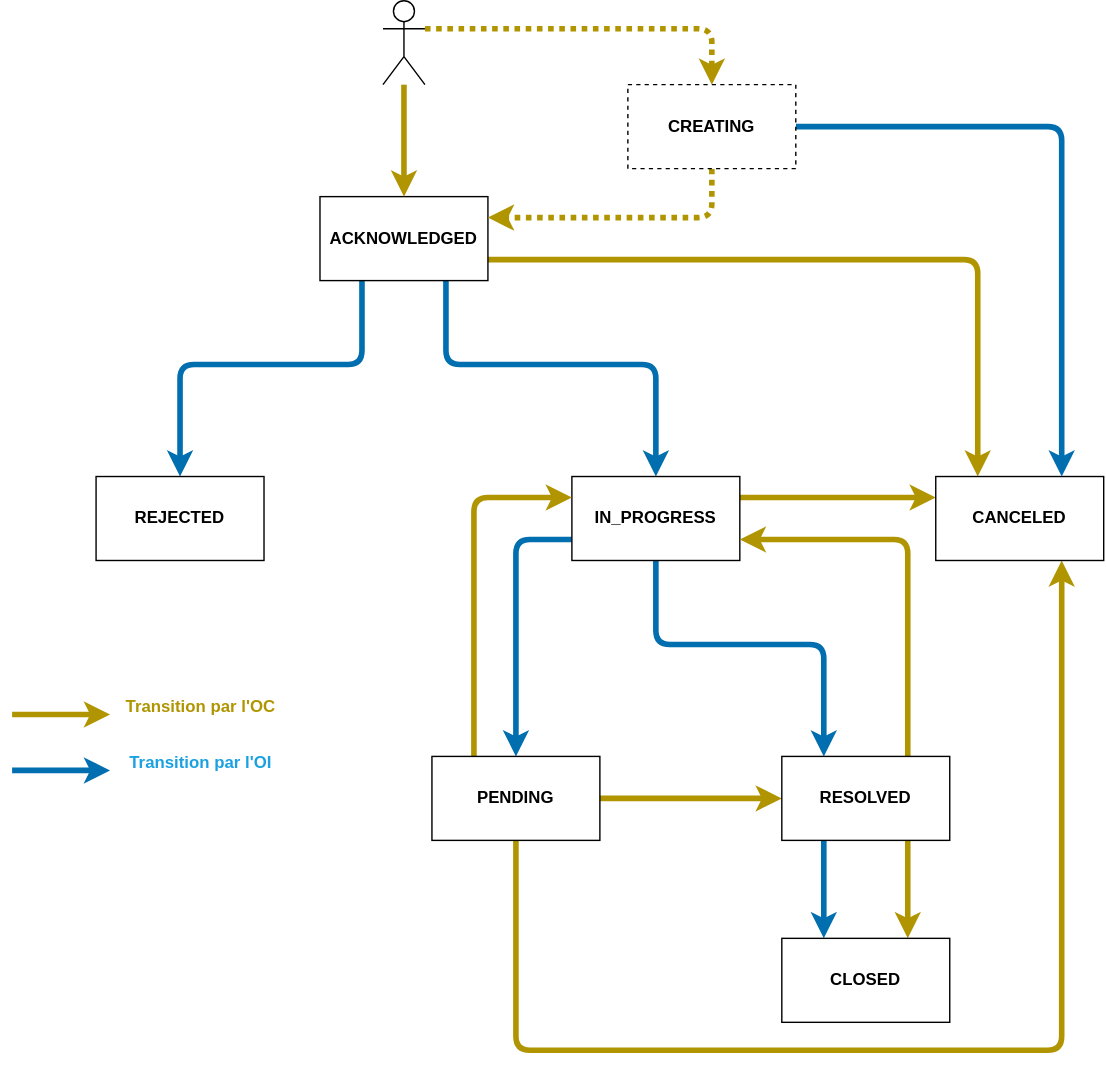
before-interop/anomalieAdresse keeps this draw.io diagram as status.drawio.svg. Above is the earlier version. Source tidied: cells renumbered, new cells last; positions are measured from the earlier drawing's top-left corner, leaving out a move shared by most shapes.
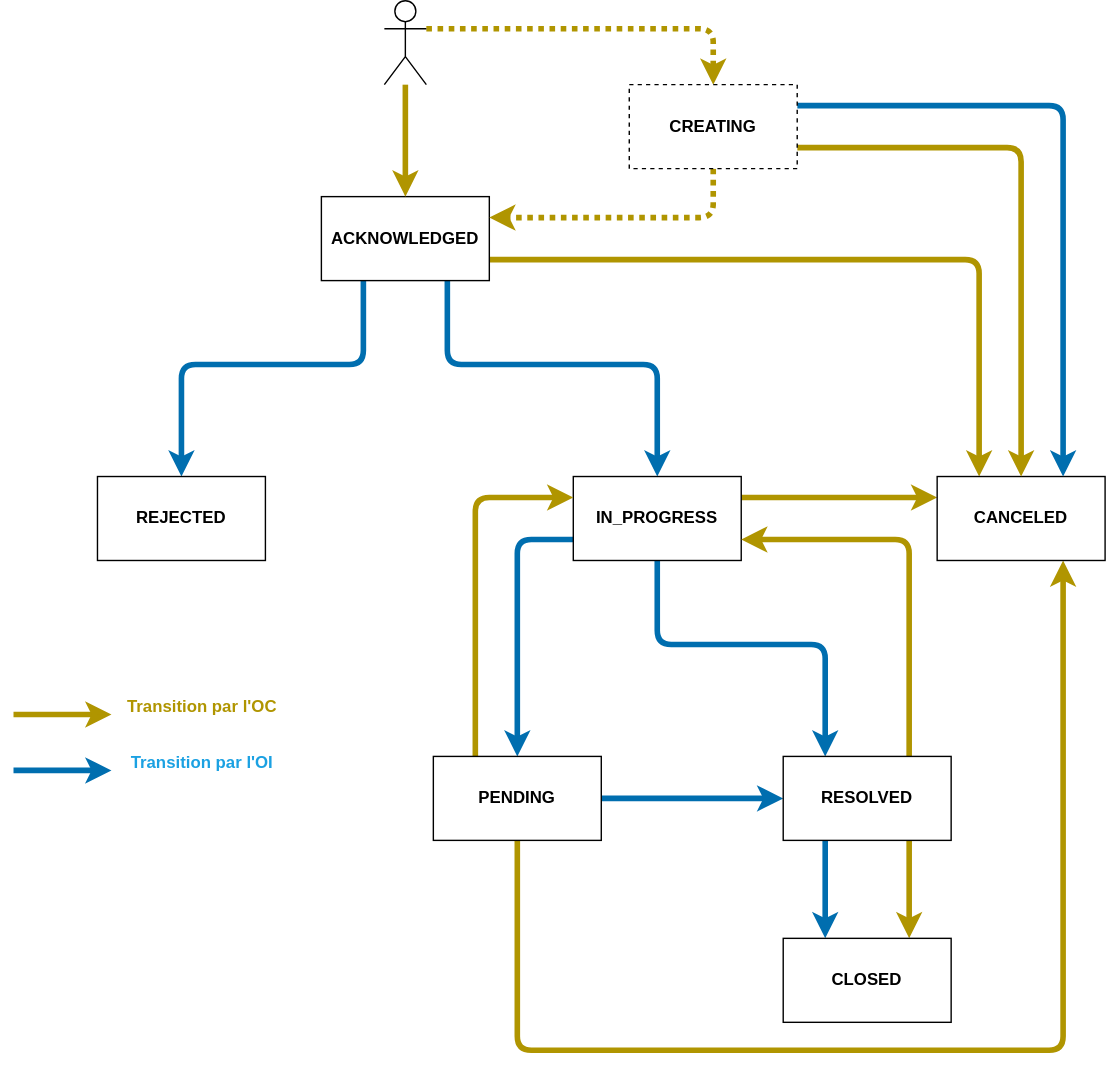
Later version of the same file.

What changed in the source:
```diff
@@ -52,7 +52,7 @@
     <mxCell id="10" value="&lt;b&gt;IN_PROGRESS&lt;/b&gt;" style="rounded=0;whiteSpace=wrap;html=1;" parent="1" vertex="1">
       <mxGeometry x="400" y="340" width="120" height="60" as="geometry" />
     </mxCell>
-    <mxCell id="11" style="edgeStyle=none;html=1;entryX=0;entryY=0.5;entryDx=0;entryDy=0;exitX=1;exitY=0.5;exitDx=0;exitDy=0;fillColor=#e3c800;strokeColor=#B09500;strokeWidth=4;" parent="1" edge="1" source="14" target="18">
+    <mxCell id="11" style="edgeStyle=none;html=1;entryX=0;entryY=0.5;entryDx=0;entryDy=0;exitX=1;exitY=0.5;exitDx=0;exitDy=0;fillColor=#1ba1e2;strokeColor=#006EAF;strokeWidth=4;" parent="1" edge="1" source="14" target="18">
       <mxGeometry relative="1" as="geometry" />
     </mxCell>
     <mxCell id="12" style="edgeStyle=none;html=1;entryX=0;entryY=0.25;entryDx=0;entryDy=0;strokeWidth=4;exitX=0.25;exitY=0;exitDx=0;exitDy=0;fillColor=#e3c800;strokeColor=#B09500;" parent="1" edge="1" source="14" target="10">
@@ -134,13 +134,20 @@
         </Array>
       </mxGeometry>
     </mxCell>
-    <mxCell id="29" style="edgeStyle=none;html=1;entryX=0.75;entryY=0;entryDx=0;entryDy=0;strokeWidth=4;fontColor=#1BA1E2;fillColor=#1ba1e2;strokeColor=#006EAF;" parent="1" edge="1" source="30" target="19">
+    <mxCell id="29" style="edgeStyle=none;html=1;entryX=0.75;entryY=0;entryDx=0;entryDy=0;strokeWidth=4;fontColor=#1BA1E2;fillColor=#1ba1e2;strokeColor=#006EAF;exitX=1;exitY=0.25;exitDx=0;exitDy=0;" parent="1" edge="1" source="30" target="19">
       <mxGeometry relative="1" as="geometry">
         <Array as="points">
-          <mxPoint x="750" y="90" />
+          <mxPoint x="750" y="75" />
         </Array>
       </mxGeometry>
     </mxCell>
+    <mxCell id="31" style="edgeStyle=none;html=1;exitX=1;exitY=0.75;exitDx=0;exitDy=0;entryX=0.5;entryY=0;entryDx=0;entryDy=0;fillColor=#e3c800;strokeColor=#B09500;strokeWidth=4;" parent="1" edge="1" source="30" target="19">
+      <mxGeometry relative="1" as="geometry">
+        <Array as="points">
+          <mxPoint x="720" y="105" />
+        </Array>
+      </mxGeometry>
+    </mxCell>
     <mxCell id="30" value="&lt;b&gt;CREATING&lt;/b&gt;" style="rounded=0;whiteSpace=wrap;html=1;dashed=1;" parent="1" vertex="1">
       <mxGeometry x="440" y="60" width="120" height="60" as="geometry" />
     </mxCell>
```
